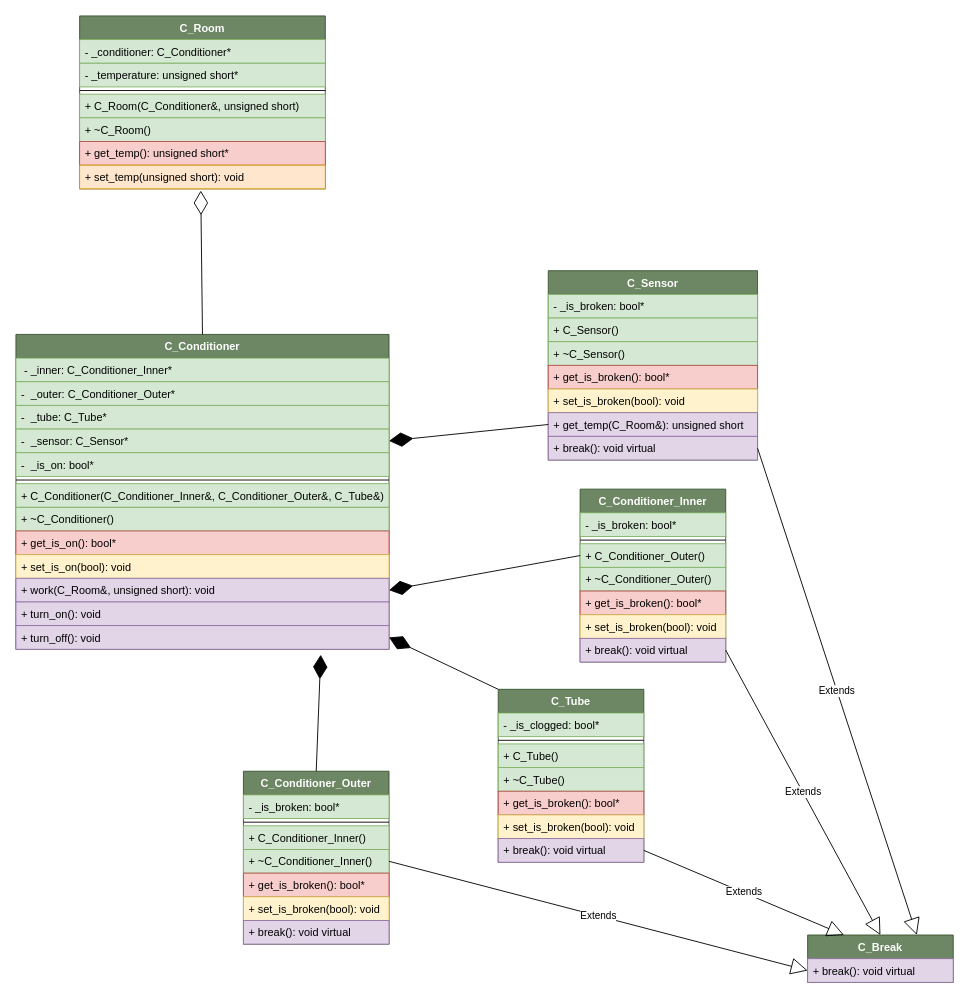
Before: Exam_Classes.drawio in IgorIgnatiev/Drawio, a draw.io diagram. Source tidied: cells renumbered, new cells numbered last; positions are measured from the earlier drawing's top-left corner, leaving out a move shared by most shapes. Both pictures are drawn from the tidied source at 91%, with x=0, y=0 at pixel (15, 15).
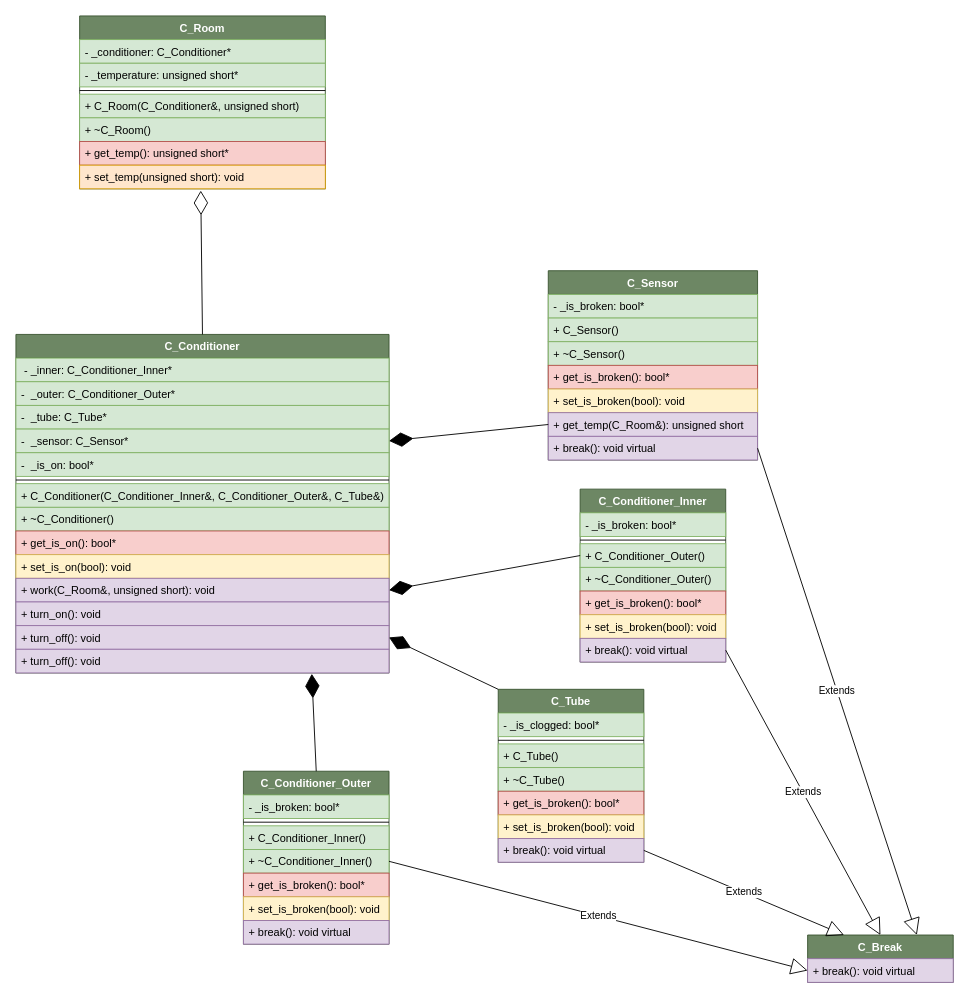
The same page after the edit.

Unchanged cells that the change refers to:
```xml
<mxCell id="10" value="C_Conditioner_Outer" style="swimlane;fontStyle=1;align=center;verticalAlign=top;horizontal=1;startSize=26;fillColor=#6d8764;strokeColor=#3A5431;fontColor=#ffffff;" parent="1" vertex="1">
  <mxGeometry x="250" y="830" width="160" height="190" as="geometry" />
</mxCell>
<mxCell id="55" value="+ turn_off(): void" style="text;strokeColor=#9673a6;fillColor=#e1d5e7;align=left;verticalAlign=top;spacingLeft=4;spacingRight=4;overflow=hidden;points=[[0,0.5],[1,0.5]];portConstraint=eastwest;" parent="42" vertex="1">
  <mxGeometry y="320" width="410" height="26" as="geometry" />
</mxCell>
```

What changed in the source:
```diff
@@
     <mxCell id="42" value="C_Conditioner" style="swimlane;fontStyle=1;align=center;verticalAlign=top;horizontal=1;startSize=26;fillColor=#6d8764;strokeColor=#3A5431;fontColor=#ffffff;" parent="1" vertex="1">
-      <mxGeometry y="350" width="410" height="346" as="geometry" />
+      <mxGeometry y="350" width="410" height="372" as="geometry" />
     </mxCell>
@@
+    <mxCell id="67" value="+ turn_off(): void" style="text;strokeColor=#9673a6;fillColor=#e1d5e7;align=left;verticalAlign=top;spacingLeft=4;spacingRight=4;overflow=hidden;points=[[0,0.5],[1,0.5]];portConstraint=eastwest;" parent="42" vertex="1">
+      <mxGeometry y="346" width="410" height="26" as="geometry" />
+    </mxCell>
-    <mxCell id="56" style="endArrow=diamondThin;endFill=1;endSize=24;html=1;exitX=0.5;exitY=0;exitDx=0;exitDy=0;entryX=0.817;entryY=1.231;entryDx=0;entryDy=0;entryPerimeter=0;" parent="1" edge="1" source="10" target="55">
+    <mxCell id="56" style="endArrow=diamondThin;endFill=1;endSize=24;html=1;exitX=0.5;exitY=0;exitDx=0;exitDy=0;entryX=0.793;entryY=1.038;entryDx=0;entryDy=0;entryPerimeter=0;" parent="1" edge="1" source="10" target="67">
       <mxGeometry relative="1" as="geometry" />
     </mxCell>
```
